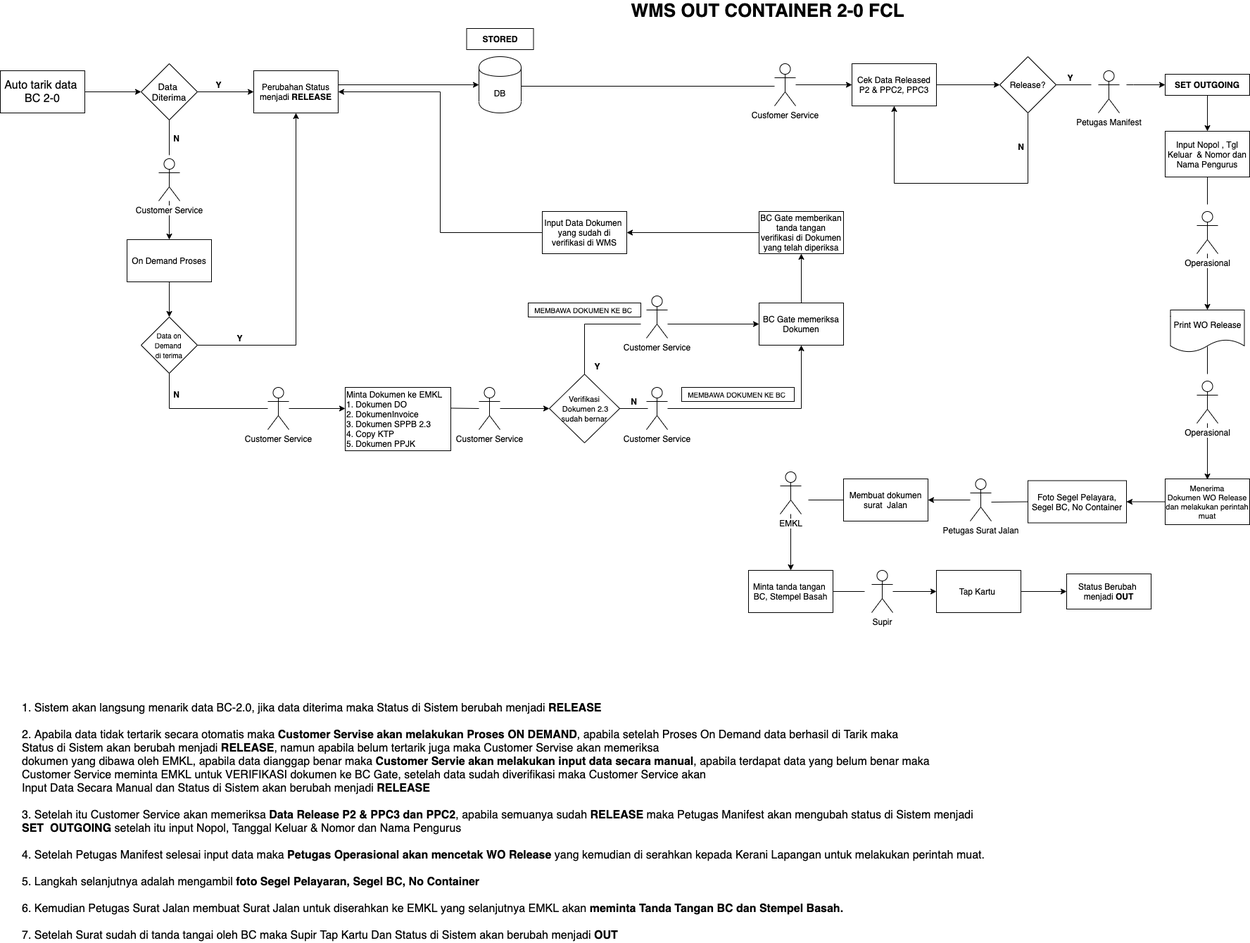
The draw.io diagram img/fcl20.png in sftmm/User-Manual, before a commit. Source tidied: cells renumbered, new cells last; positions are measured from the earlier drawing's top-left corner, leaving out a move shared by most shapes.
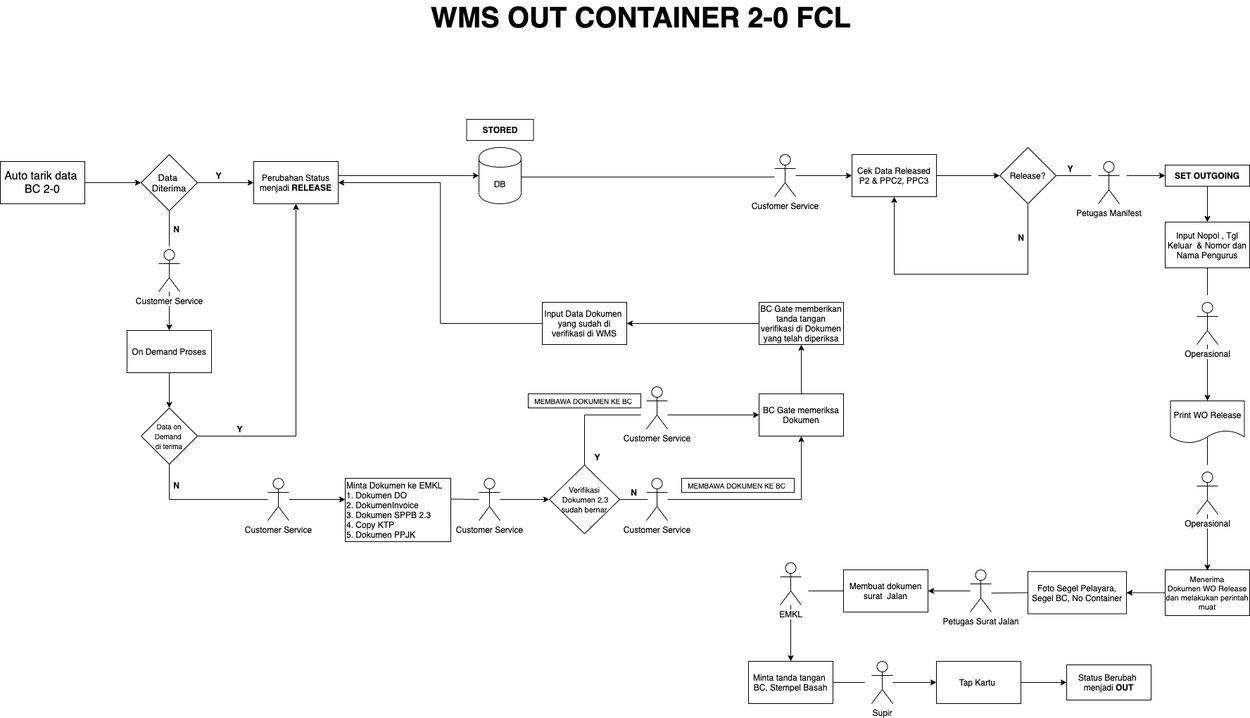
The same file after the commit.

Change to the diagram source:
```diff
@@ -256,8 +256,8 @@
         <mxPoint x="1148" y="710" as="targetPoint" />
       </mxGeometry>
     </mxCell>
-    <mxCell id="69" value="&lt;b&gt;&lt;font style=&quot;font-size: 26px&quot;&gt;WMS OUT CONTAINER 2-0 FCL&lt;/font&gt;&lt;/b&gt;" style="text;html=1;align=center;verticalAlign=middle;fontSize=23;" parent="1" vertex="1">
-      <mxGeometry x="890" width="400" height="30" as="geometry" />
+    <mxCell id="69" value="&lt;b&gt;&lt;font style=&quot;font-size: 40px&quot;&gt;WMS OUT CONTAINER 2-0 FCL&lt;/font&gt;&lt;/b&gt;" style="text;html=1;align=center;verticalAlign=middle;fontSize=23;" parent="1" vertex="1">
+      <mxGeometry x="605" y="-125" width="610" height="40" as="geometry" />
     </mxCell>
     <mxCell id="70" value="&lt;b&gt;Y&lt;/b&gt;" style="text;html=1;align=center;verticalAlign=middle;" parent="1" vertex="1">
       <mxGeometry x="1510" y="100" width="20" height="20" as="geometry" />
@@ -284,9 +284,6 @@
         <mxPoint x="1715" y="531" as="targetPoint" />
       </mxGeometry>
     </mxCell>
-    <mxCell id="76" value="&lt;font style=&quot;font-size: 16px&quot;&gt;1.&amp;nbsp;Sistem akan langsung menarik data BC-2.0, jika data diterima maka Status di Sistem berubah menjadi&lt;b&gt; RELEASE&lt;br&gt;&lt;/b&gt;&lt;br&gt;2.&amp;nbsp;Apabila data tidak tertarik secara otomatis maka &lt;b&gt;Customer Servise akan melakukan Proses ON DEMAND&lt;/b&gt;, apabila setelah Proses On Demand data berhasil di Tarik maka &lt;br&gt;Status di Sistem akan berubah menjadi &lt;b&gt;RELEASE&lt;/b&gt;, namun apabila belum tertarik juga maka Customer Servise akan memeriksa&lt;br&gt;dokumen yang dibawa oleh EMKL, apabila data dianggap benar maka&lt;b&gt; Customer Servie akan melakukan input data secara manual&lt;/b&gt;, apabila terdapat data yang belum benar maka &lt;br&gt;Customer Service meminta EMKL untuk VERIFIKASI dokumen ke BC Gate, setelah data sudah diverifikasi maka Customer Service akan &lt;br&gt;Input Data Secara Manual dan Status di Sistem akan berubah menjadi &lt;b&gt;RELEASE&lt;/b&gt;&lt;br&gt;&lt;br&gt;3.&amp;nbsp;Setelah itu Customer Service akan memeriksa &lt;b&gt;Data Release P2 &amp;amp; PPC3 dan PPC2&lt;/b&gt;, apabila semuanya sudah &lt;b&gt;RELEASE&lt;/b&gt; maka Petugas Manifest akan mengubah status di Sistem menjadi &lt;br&gt;&lt;b&gt;SET&amp;nbsp; OUTGOING&lt;/b&gt; setelah itu input Nopol, Tanggal Keluar &amp;amp; Nomor dan Nama Pengurus&lt;br&gt;&lt;br&gt;4.&amp;nbsp;Setelah Petugas Manifest selesai input data maka&lt;b&gt; Petugas Operasional akan mencetak WO Release&lt;/b&gt; yang kemudian di serahkan kepada Kerani Lapangan untuk melakukan perintah muat.&lt;br&gt;&lt;br&gt;5.&amp;nbsp;Langkah selanjutnya adalah mengambil &lt;b&gt;foto Segel Pelayaran, Segel BC, No Container &lt;/b&gt;&lt;br&gt;&lt;br&gt;6. Kemudian Petugas Surat Jalan membuat Surat Jalan untuk diserahkan ke EMKL yang selanjutnya EMKL akan &lt;b&gt;meminta Tanda Tangan BC dan Stempel Basah. &lt;br&gt;&lt;/b&gt;&lt;br&gt;7.&amp;nbsp;Setelah Surat sudah di tanda tangai oleh BC maka Supir Tap Kartu Dan Status di Sistem akan berubah menjadi &lt;b&gt;OUT&lt;/b&gt;&lt;/font&gt;" style="text;html=1;" parent="1" vertex="1">
-      <mxGeometry x="29" y="990" width="820" height="280" as="geometry" />
-    </mxCell>
     <mxCell id="77" style="endArrow=none;html=1;exitX=0;exitY=0.5;exitDx=0;exitDy=0;" parent="1" edge="1" source="44">
       <mxGeometry relative="1" as="geometry">
         <mxPoint x="1408" y="713" as="targetPoint" />
```
